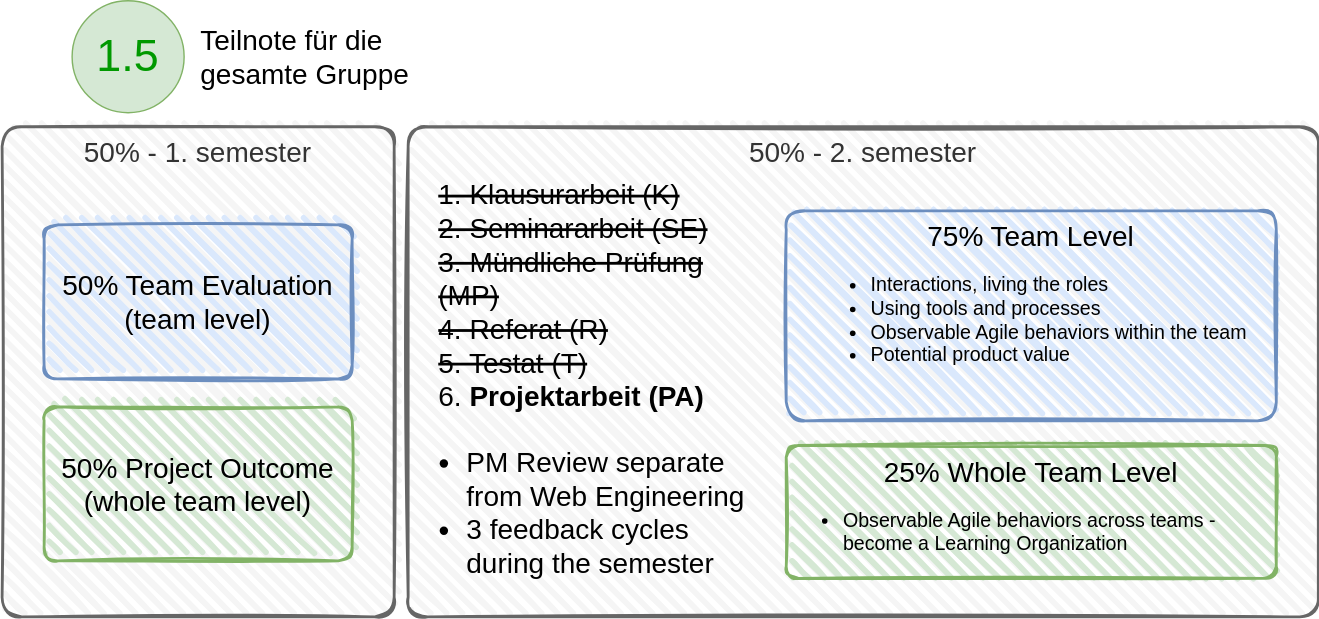
This is lesson 202 - setup/slides/graphics/learning-progress-evaluation.drawio.svg from thomykay/dhbw-projectmanagement1, a draw.io export, as it was before one commit. Source tidied: cells renumbered, new cells last; positions are measured from the earlier drawing's top-left corner, leaving out a move shared by most shapes. Source of this version:
```xml
<mxGraphModel>
  <root>
    <mxCell id="0" />
    <mxCell id="1" parent="0" />
    <mxCell id="2" value="50% - 1. semester" style="rounded=1;whiteSpace=wrap;html=1;strokeWidth=2;fillWeight=4;hachureGap=8;hachureAngle=45;fillColor=#f5f5f5;sketch=1;fontColor=#333333;strokeColor=#666666;verticalAlign=top;arcSize=5;fontSize=20;" parent="1" vertex="1">
      <mxGeometry y="90" width="280" height="350" as="geometry" />
    </mxCell>
    <mxCell id="3" value="50% - 2. semester" style="rounded=1;whiteSpace=wrap;html=1;strokeWidth=2;fillWeight=4;hachureGap=8;hachureAngle=45;fillColor=#f5f5f5;sketch=1;fontColor=#333333;strokeColor=#666666;verticalAlign=top;arcSize=4;fontSize=20;" parent="1" vertex="1">
      <mxGeometry x="290" y="90" width="650" height="350" as="geometry" />
    </mxCell>
    <mxCell id="4" value="50% Project Outcome&lt;br&gt;(whole team level)" style="rounded=1;whiteSpace=wrap;html=1;strokeWidth=2;fillWeight=4;hachureGap=8;hachureAngle=45;fillColor=#d5e8d4;sketch=1;fontSize=20;strokeColor=#82b366;arcSize=9;" parent="1" vertex="1">
      <mxGeometry x="30" y="290" width="220" height="110" as="geometry" />
    </mxCell>
    <mxCell id="5" value="50% Team Evaluation&lt;br&gt;(team level)" style="rounded=1;whiteSpace=wrap;html=1;strokeWidth=2;fillWeight=4;hachureGap=8;hachureAngle=45;fillColor=#dae8fc;sketch=1;fontSize=20;strokeColor=#6c8ebf;arcSize=9;" parent="1" vertex="1">
      <mxGeometry x="30" y="160" width="220" height="110" as="geometry" />
    </mxCell>
    <mxCell id="6" value="&lt;strike style=&quot;font-size: 20px;&quot;&gt;1. Klausurarbeit (K)&lt;br style=&quot;font-size: 20px;&quot;&gt;2. Seminararbeit (SE)&lt;br style=&quot;font-size: 20px;&quot;&gt;3. Mündliche Prüfung (MP)&lt;br style=&quot;font-size: 20px;&quot;&gt;4. Referat (R)&lt;br style=&quot;font-size: 20px;&quot;&gt;5. Testat (T)&lt;br style=&quot;font-size: 20px;&quot;&gt;&lt;/strike&gt;6. &lt;b style=&quot;font-size: 20px;&quot;&gt;Projektarbeit (PA)&lt;/b&gt;" style="text;whiteSpace=wrap;html=1;fontSize=20;" parent="1" vertex="1">
      <mxGeometry x="310" y="120" width="195" height="170" as="geometry" />
    </mxCell>
    <mxCell id="7" value="1.5" style="ellipse;whiteSpace=wrap;html=1;fillColor=#d5e8d4;strokeColor=#82b366;fontSize=32;fontColor=#009900;" parent="1" vertex="1">
      <mxGeometry x="50" width="80" height="80" as="geometry" />
    </mxCell>
    <mxCell id="8" value="Teilnote für die gesamte Gruppe" style="text;html=1;strokeColor=none;fillColor=none;align=left;verticalAlign=middle;whiteSpace=wrap;rounded=0;fontSize=20;fontColor=#000000;" parent="1" vertex="1">
      <mxGeometry x="140" y="25" width="160" height="30" as="geometry" />
    </mxCell>
    <mxCell id="9" value="75% Team Level&lt;br&gt;&lt;ul style=&quot;font-size: 14px&quot;&gt;&lt;li style=&quot;text-align: left&quot;&gt;Interactions, living the roles&lt;/li&gt;&lt;li style=&quot;text-align: left&quot;&gt;Using tools and processes&lt;/li&gt;&lt;li style=&quot;text-align: left&quot;&gt;Observable Agile behaviors within the team&lt;/li&gt;&lt;li style=&quot;text-align: left&quot;&gt;Potential product value&lt;/li&gt;&lt;/ul&gt;" style="rounded=1;whiteSpace=wrap;html=1;strokeWidth=2;fillWeight=4;hachureGap=8;hachureAngle=45;fillColor=#dae8fc;sketch=1;fontSize=20;strokeColor=#6c8ebf;arcSize=9;verticalAlign=top;" parent="1" vertex="1">
      <mxGeometry x="560" y="150" width="350" height="150" as="geometry" />
    </mxCell>
    <mxCell id="10" value="25% Whole Team Level&lt;span style=&quot;font-size: 14px&quot;&gt;&lt;br&gt;&lt;div style=&quot;text-align: left&quot;&gt;&lt;ul&gt;&lt;li&gt;&lt;span&gt;Observable Agile behaviors across teams - become a Learning Organization&lt;/span&gt;&lt;/li&gt;&lt;/ul&gt;&lt;/div&gt;&lt;/span&gt;" style="rounded=1;whiteSpace=wrap;html=1;strokeWidth=2;fillWeight=4;hachureGap=8;hachureAngle=45;fillColor=#d5e8d4;sketch=1;fontSize=20;strokeColor=#82b366;arcSize=9;verticalAlign=top;" parent="1" vertex="1">
      <mxGeometry x="560" y="317.5" width="350" height="95" as="geometry" />
    </mxCell>
    <mxCell id="11" value="&lt;ul style=&quot;font-size: 20px;&quot;&gt;&lt;li style=&quot;font-size: 20px;&quot;&gt;PM Review separate from Web Engineering&lt;/li&gt;&lt;li style=&quot;font-size: 20px;&quot;&gt;3 feedback cycles during the semester&lt;/li&gt;&lt;/ul&gt;" style="text;html=1;strokeColor=none;fillColor=none;align=left;verticalAlign=middle;whiteSpace=wrap;rounded=0;fontSize=20;fontColor=#000000;" parent="1" vertex="1">
      <mxGeometry x="290" y="330" width="250" height="70" as="geometry" />
    </mxCell>
  </root>
</mxGraphModel>
```
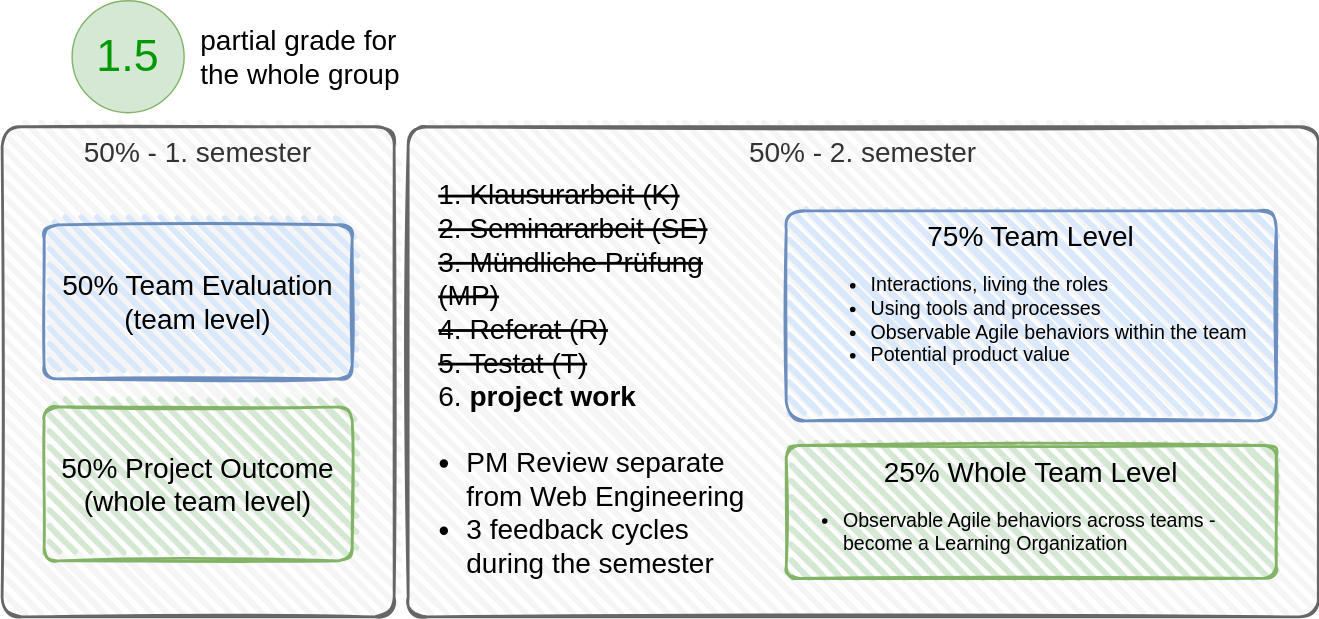
Above is the later version.

Diff of the diagram source:
```diff
@@ -14,13 +14,13 @@
     <mxCell id="5" value="50% Team Evaluation&lt;br&gt;(team level)" style="rounded=1;whiteSpace=wrap;html=1;strokeWidth=2;fillWeight=4;hachureGap=8;hachureAngle=45;fillColor=#dae8fc;sketch=1;fontSize=20;strokeColor=#6c8ebf;arcSize=9;" parent="1" vertex="1">
       <mxGeometry x="30" y="160" width="220" height="110" as="geometry" />
     </mxCell>
-    <mxCell id="6" value="&lt;strike style=&quot;font-size: 20px;&quot;&gt;1. Klausurarbeit (K)&lt;br style=&quot;font-size: 20px;&quot;&gt;2. Seminararbeit (SE)&lt;br style=&quot;font-size: 20px;&quot;&gt;3. Mündliche Prüfung (MP)&lt;br style=&quot;font-size: 20px;&quot;&gt;4. Referat (R)&lt;br style=&quot;font-size: 20px;&quot;&gt;5. Testat (T)&lt;br style=&quot;font-size: 20px;&quot;&gt;&lt;/strike&gt;6. &lt;b style=&quot;font-size: 20px;&quot;&gt;Projektarbeit (PA)&lt;/b&gt;" style="text;whiteSpace=wrap;html=1;fontSize=20;" parent="1" vertex="1">
+    <mxCell id="6" value="&lt;strike style=&quot;font-size: 20px;&quot;&gt;1. Klausurarbeit (K)&lt;br style=&quot;font-size: 20px;&quot;&gt;2. Seminararbeit (SE)&lt;br style=&quot;font-size: 20px;&quot;&gt;3. Mündliche Prüfung (MP)&lt;br style=&quot;font-size: 20px;&quot;&gt;4. Referat (R)&lt;br style=&quot;font-size: 20px;&quot;&gt;5. Testat (T)&lt;br style=&quot;font-size: 20px;&quot;&gt;&lt;/strike&gt;6. &lt;b style=&quot;font-size: 20px;&quot;&gt;project work&lt;/b&gt;" style="text;whiteSpace=wrap;html=1;fontSize=20;" parent="1" vertex="1">
       <mxGeometry x="310" y="120" width="195" height="170" as="geometry" />
     </mxCell>
     <mxCell id="7" value="1.5" style="ellipse;whiteSpace=wrap;html=1;fillColor=#d5e8d4;strokeColor=#82b366;fontSize=32;fontColor=#009900;" parent="1" vertex="1">
       <mxGeometry x="50" width="80" height="80" as="geometry" />
     </mxCell>
-    <mxCell id="8" value="Teilnote für die gesamte Gruppe" style="text;html=1;strokeColor=none;fillColor=none;align=left;verticalAlign=middle;whiteSpace=wrap;rounded=0;fontSize=20;fontColor=#000000;" parent="1" vertex="1">
+    <mxCell id="8" value="partial grade for the whole group" style="text;html=1;strokeColor=none;fillColor=none;align=left;verticalAlign=middle;whiteSpace=wrap;rounded=0;fontSize=20;fontColor=#000000;" parent="1" vertex="1">
       <mxGeometry x="140" y="25" width="160" height="30" as="geometry" />
     </mxCell>
     <mxCell id="9" value="75% Team Level&lt;br&gt;&lt;ul style=&quot;font-size: 14px&quot;&gt;&lt;li style=&quot;text-align: left&quot;&gt;Interactions, living the roles&lt;/li&gt;&lt;li style=&quot;text-align: left&quot;&gt;Using tools and processes&lt;/li&gt;&lt;li style=&quot;text-align: left&quot;&gt;Observable Agile behaviors within the team&lt;/li&gt;&lt;li style=&quot;text-align: left&quot;&gt;Potential product value&lt;/li&gt;&lt;/ul&gt;" style="rounded=1;whiteSpace=wrap;html=1;strokeWidth=2;fillWeight=4;hachureGap=8;hachureAngle=45;fillColor=#dae8fc;sketch=1;fontSize=20;strokeColor=#6c8ebf;arcSize=9;verticalAlign=top;" parent="1" vertex="1">
```
